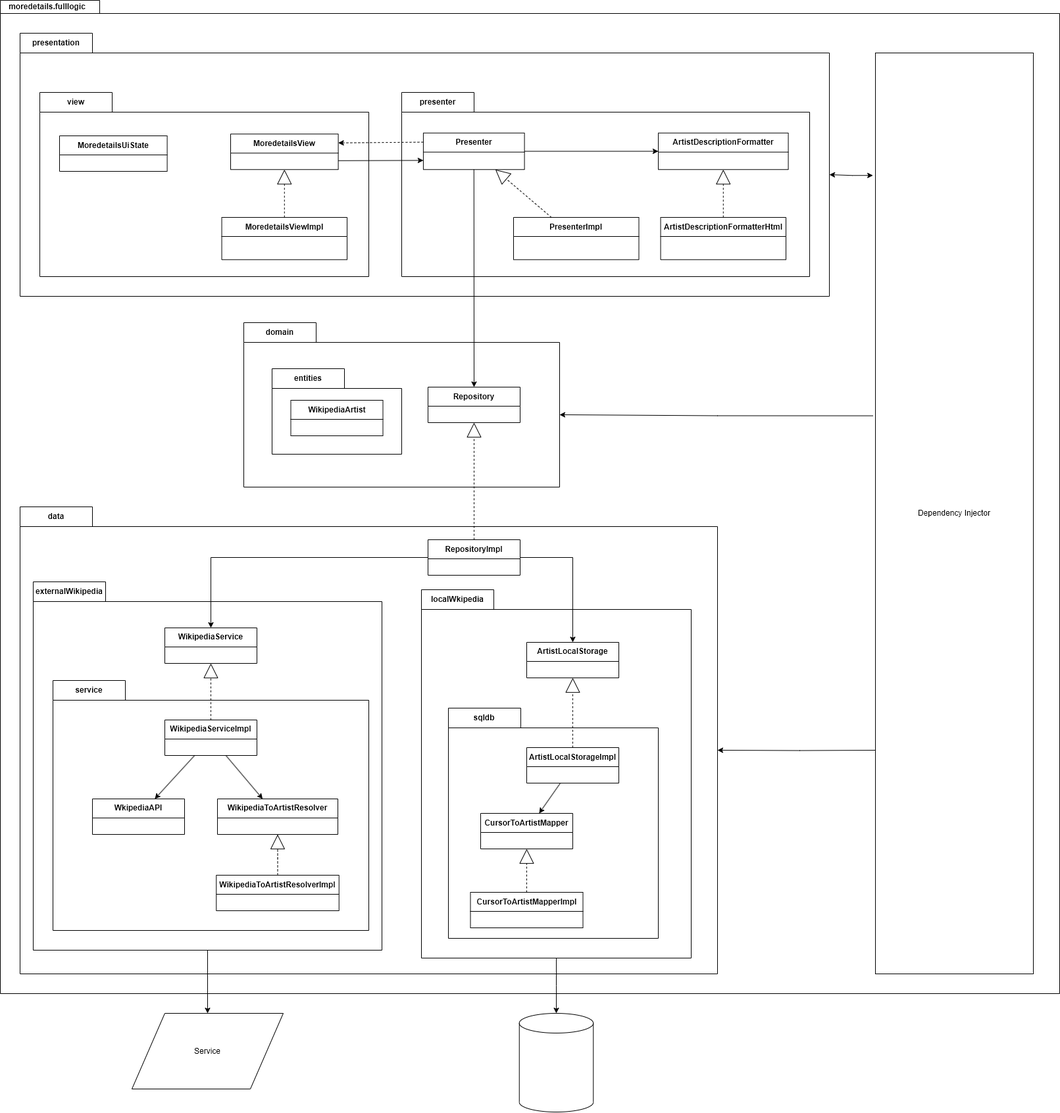
The draw.io diagram docs/moredetails_class_diagram.png in elagarrigue/AyDS23-Winchester3, before a commit. Source tidied: cells renumbered, new cells last; positions are measured from the earlier drawing's top-left corner, leaving out a move shared by most shapes.
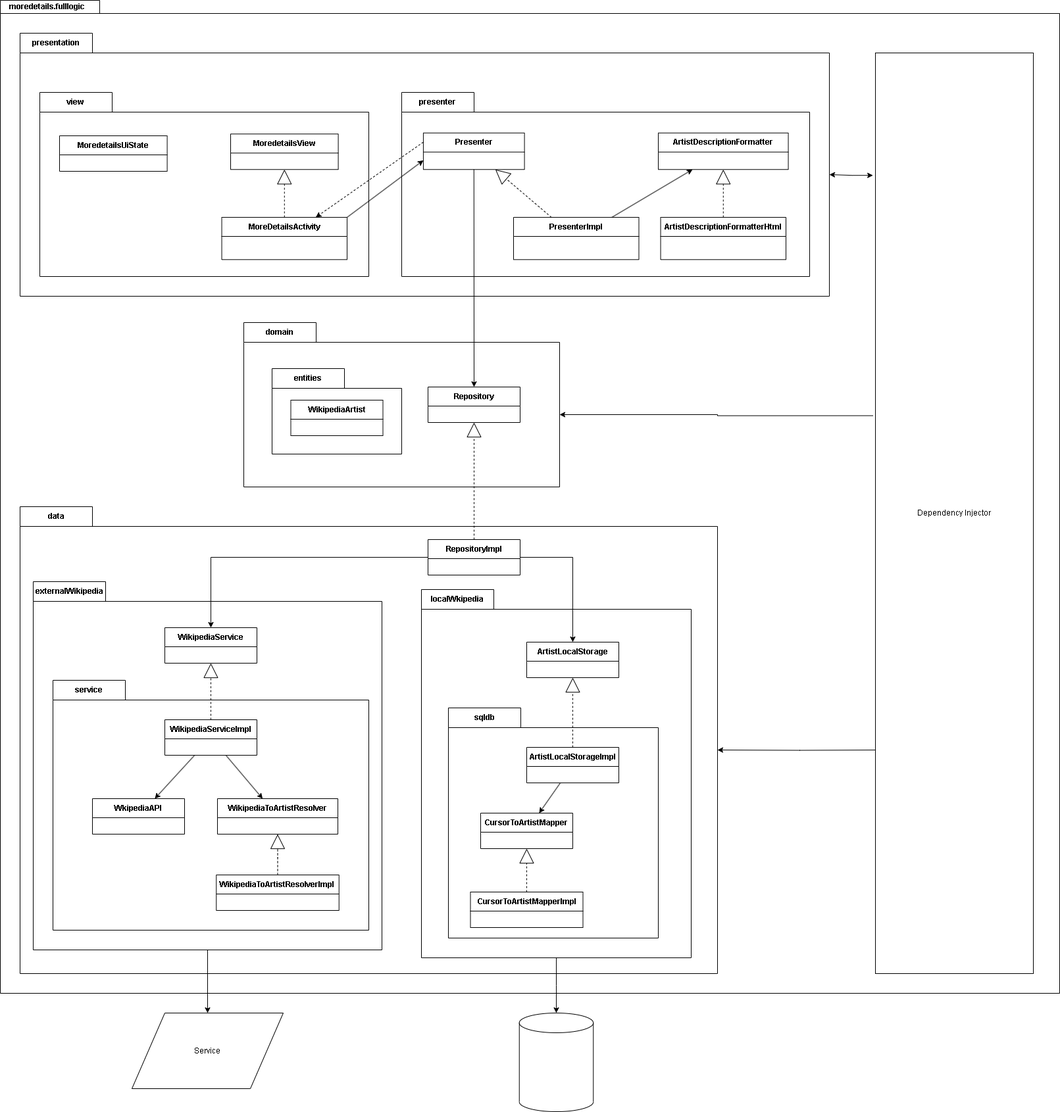
Later version of the same file.

Commit message:
Corregido diagrama de clases y nombre de MoredetailsActivity

Diff of the diagram source:
```diff
@@ -124,7 +124,7 @@
     <mxCell id="37" value="MoredetailsUiState" style="swimlane;fontStyle=1;align=center;verticalAlign=middle;horizontal=1;startSize=29;html=1;whiteSpace=wrap;" parent="34" vertex="1">
       <mxGeometry x="30" y="66" width="163.6" height="54" as="geometry" />
     </mxCell>
-    <mxCell id="38" value="MoredetailsViewImpl" style="swimlane;fontStyle=1;align=center;verticalAlign=middle;horizontal=1;startSize=29;html=1;whiteSpace=wrap;" parent="34" vertex="1">
+    <mxCell id="38" value="MoreDetailsActivity" style="swimlane;fontStyle=1;align=center;verticalAlign=middle;horizontal=1;startSize=29;html=1;whiteSpace=wrap;" parent="34" vertex="1">
       <mxGeometry x="276.6" y="190" width="190.5" height="64.3" as="geometry" />
     </mxCell>
     <mxCell id="39" style="rounded=0;jettySize=auto;html=1;dashed=1;endArrow=block;endFill=0;endSize=20;" parent="34" edge="1" source="38" target="36">
@@ -149,7 +149,7 @@
     <mxCell id="44" value="ArtistDescriptionFormatter" style="swimlane;fontStyle=1;align=center;verticalAlign=middle;horizontal=1;startSize=29;html=1;whiteSpace=wrap;" parent="41" vertex="1">
       <mxGeometry x="390" y="61.7" width="197.6" height="55.5" as="geometry" />
     </mxCell>
-    <mxCell id="45" style="rounded=0;jettySize=auto;html=1;" parent="41" edge="1" source="43" target="44">
+    <mxCell id="45" style="rounded=0;jettySize=auto;html=1;" parent="41" edge="1" source="48" target="44">
       <mxGeometry relative="1" as="geometry" />
     </mxCell>
     <mxCell id="46" value="ArtistDescriptionFormatterHtml" style="swimlane;fontStyle=1;align=center;verticalAlign=middle;horizontal=1;startSize=29;html=1;whiteSpace=wrap;" parent="41" vertex="1">
@@ -164,10 +164,10 @@
     <mxCell id="49" style="rounded=0;jettySize=auto;html=1;dashed=1;endArrow=block;endFill=0;endSize=20;" parent="41" edge="1" source="48" target="43">
       <mxGeometry relative="1" as="geometry" />
     </mxCell>
-    <mxCell id="50" style="rounded=0;jettySize=auto;html=1;exitX=1;exitY=0.75;exitDx=0;exitDy=0;entryX=0;entryY=0.75;entryDx=0;entryDy=0;" parent="33" edge="1" source="36" target="43">
+    <mxCell id="50" style="rounded=0;jettySize=auto;html=1;entryX=0;entryY=0.75;entryDx=0;entryDy=0;exitX=1;exitY=0;exitDx=0;exitDy=0;" parent="33" edge="1" source="38" target="43">
       <mxGeometry relative="1" as="geometry" />
     </mxCell>
-    <mxCell id="51" style="rounded=0;jettySize=auto;html=1;dashed=1;entryX=1;entryY=0.25;entryDx=0;entryDy=0;exitX=0;exitY=0.25;exitDx=0;exitDy=0;" parent="33" edge="1" source="43" target="36">
+    <mxCell id="51" style="rounded=0;jettySize=auto;html=1;dashed=1;exitX=0;exitY=0.25;exitDx=0;exitDy=0;entryX=0.75;entryY=0;entryDx=0;entryDy=0;" parent="33" edge="1" source="43" target="38">
       <mxGeometry relative="1" as="geometry" />
     </mxCell>
     <mxCell id="52" value="domain" style="shape=folder;fontStyle=1;tabWidth=110;tabHeight=30;tabPosition=left;html=1;boundedLbl=1;labelInHeader=1;whiteSpace=wrap;" parent="2" vertex="1">
```
